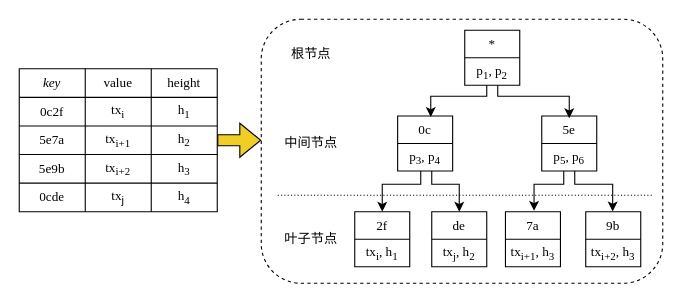
The draw.io diagram page "3.3" (5 of 24) of 未命名绘图.drawio in jue73/7339, before the edit. Source tidied: cells renumbered, new cells numbered last; positions are measured from the earlier drawing's top-left corner, leaving out a move shared by most shapes. Both pictures are drawn from the tidied source at 110%, with x=0, y=0 at pixel (19, 19).
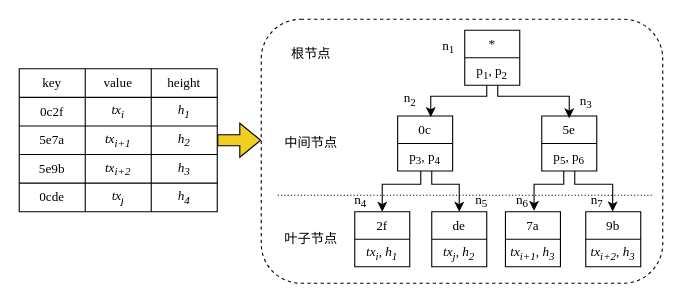
The same page after the edit.

The change refers to these unchanged cells:
```xml
<mxCell id="4" style="shape=tableRow;horizontal=0;startSize=0;swimlaneHead=0;swimlaneBody=0;top=0;left=0;bottom=0;right=0;fillColor=none;rounded=1;fontSize=12;fontColor=#000000;" parent="3" vertex="1">
  <mxGeometry width="180" height="26" as="geometry" />
</mxCell>
<mxCell id="8" style="shape=tableRow;horizontal=0;startSize=0;swimlaneHead=0;swimlaneBody=0;top=0;left=0;bottom=0;right=0;fillColor=none;rounded=1;fontSize=12;fontColor=#000000;" parent="3" vertex="1">
  <mxGeometry y="26" width="180" height="26" as="geometry" />
</mxCell>
<mxCell id="12" style="shape=tableRow;horizontal=0;startSize=0;swimlaneHead=0;swimlaneBody=0;top=0;left=0;bottom=0;right=0;fillColor=none;rounded=1;fontSize=12;fontColor=#000000;" parent="3" vertex="1">
  <mxGeometry y="52" width="180" height="26" as="geometry" />
</mxCell>
<mxCell id="16" style="shape=tableRow;horizontal=0;startSize=0;swimlaneHead=0;swimlaneBody=0;top=0;left=0;bottom=0;right=0;fillColor=none;rounded=1;fontSize=12;fontColor=#000000;" parent="3" vertex="1">
  <mxGeometry y="78" width="180" height="26" as="geometry" />
</mxCell>
<mxCell id="20" style="shape=tableRow;horizontal=0;startSize=0;swimlaneHead=0;swimlaneBody=0;top=0;left=0;bottom=0;right=0;fillColor=none;rounded=1;fontSize=12;fontColor=#000000;" parent="3" vertex="1">
  <mxGeometry y="104" width="180" height="26" as="geometry" />
</mxCell>
<mxCell id="48" style="shape=tableRow;horizontal=0;startSize=0;swimlaneHead=0;swimlaneBody=0;strokeColor=inherit;top=0;left=0;bottom=0;right=0;fillColor=none;" parent="45" vertex="1">
  <mxGeometry y="25" width="50" height="25" as="geometry" />
</mxCell>
<mxCell id="53" style="shape=tableRow;horizontal=0;startSize=0;swimlaneHead=0;swimlaneBody=0;strokeColor=inherit;top=0;left=0;bottom=0;right=0;fillColor=none;" parent="50" vertex="1">
  <mxGeometry y="25" width="50" height="25" as="geometry" />
</mxCell>
<mxCell id="58" style="shape=tableRow;horizontal=0;startSize=0;swimlaneHead=0;swimlaneBody=0;strokeColor=inherit;top=0;left=0;bottom=0;right=0;fillColor=none;" parent="55" vertex="1">
  <mxGeometry y="25" width="50" height="25" as="geometry" />
</mxCell>
<mxCell id="63" style="shape=tableRow;horizontal=0;startSize=0;swimlaneHead=0;swimlaneBody=0;strokeColor=inherit;top=0;left=0;bottom=0;right=0;fillColor=none;" parent="60" vertex="1">
  <mxGeometry y="25" width="50" height="25" as="geometry" />
</mxCell>
```

What changed in the source:
```diff
@@
-    <mxCell id="5" value="&lt;i&gt;&lt;span style=&quot;&quot; lang=&quot;EN-US&quot;&gt;&lt;font face=&quot;Times New Roman&quot; style=&quot;font-size: 12px;&quot;&gt;key&lt;/font&gt;&lt;/span&gt;&lt;/i&gt;" style="shape=partialRectangle;html=1;whiteSpace=wrap;overflow=hidden;fillColor=none;top=0;left=0;bottom=0;right=0;rounded=1;fontSize=12;fontColor=#000000;" parent="4" vertex="1">
+    <mxCell id="5" value="&lt;span style=&quot;&quot; lang=&quot;EN-US&quot;&gt;&lt;font face=&quot;Times New Roman&quot; style=&quot;font-size: 12px;&quot;&gt;key&lt;/font&gt;&lt;/span&gt;" style="shape=partialRectangle;html=1;whiteSpace=wrap;overflow=hidden;fillColor=none;top=0;left=0;bottom=0;right=0;rounded=1;fontSize=12;fontColor=#000000;" parent="4" vertex="1">
       <mxGeometry width="60" height="26" as="geometry" />
     </mxCell>
@@
-    <mxCell id="10" value="&lt;font face=&quot;Times New Roman&quot;&gt;tx&lt;sub&gt;i&lt;/sub&gt;&lt;/font&gt;" style="shape=partialRectangle;html=1;whiteSpace=wrap;overflow=hidden;fillColor=none;top=0;left=0;bottom=0;right=0;rounded=1;fontSize=12;fontColor=#000000;" parent="8" vertex="1">
+    <mxCell id="10" value="&lt;font face=&quot;Times New Roman&quot;&gt;&lt;i&gt;tx&lt;sub&gt;i&lt;/sub&gt;&lt;/i&gt;&lt;/font&gt;" style="shape=partialRectangle;html=1;whiteSpace=wrap;overflow=hidden;fillColor=none;top=0;left=0;bottom=0;right=0;rounded=1;fontSize=12;fontColor=#000000;" parent="8" vertex="1">
       <mxGeometry x="60" width="60" height="26" as="geometry" />
     </mxCell>
-    <mxCell id="11" value="&lt;font face=&quot;Times New Roman&quot;&gt;h&lt;sub&gt;1&lt;/sub&gt;&lt;/font&gt;" style="shape=partialRectangle;html=1;whiteSpace=wrap;overflow=hidden;fillColor=none;top=0;left=0;bottom=0;right=0;rounded=1;fontSize=12;fontColor=#000000;" parent="8" vertex="1">
+    <mxCell id="11" value="&lt;font face=&quot;Times New Roman&quot;&gt;&lt;i&gt;h&lt;sub&gt;1&lt;/sub&gt;&lt;/i&gt;&lt;/font&gt;" style="shape=partialRectangle;html=1;whiteSpace=wrap;overflow=hidden;fillColor=none;top=0;left=0;bottom=0;right=0;rounded=1;fontSize=12;fontColor=#000000;" parent="8" vertex="1">
       <mxGeometry x="120" width="60" height="26" as="geometry" />
     </mxCell>
@@
-    <mxCell id="14" value="&lt;span style=&quot;font-family: &amp;quot;Times New Roman&amp;quot;;&quot;&gt;tx&lt;/span&gt;&lt;font face=&quot;Times New Roman&quot;&gt;&lt;sub&gt;i+1&lt;/sub&gt;&lt;/font&gt;" style="shape=partialRectangle;html=1;whiteSpace=wrap;overflow=hidden;fillColor=none;top=0;left=0;bottom=0;right=0;rounded=1;fontSize=12;fontColor=#000000;" parent="12" vertex="1">
+    <mxCell id="14" value="&lt;i&gt;&lt;span style=&quot;font-family: &amp;quot;Times New Roman&amp;quot;;&quot;&gt;tx&lt;/span&gt;&lt;font face=&quot;Times New Roman&quot;&gt;&lt;sub&gt;i+1&lt;/sub&gt;&lt;/font&gt;&lt;/i&gt;" style="shape=partialRectangle;html=1;whiteSpace=wrap;overflow=hidden;fillColor=none;top=0;left=0;bottom=0;right=0;rounded=1;fontSize=12;fontColor=#000000;" parent="12" vertex="1">
       <mxGeometry x="60" width="60" height="26" as="geometry" />
     </mxCell>
-    <mxCell id="15" value="&lt;span style=&quot;color: rgb(0, 0, 0); font-family: &amp;quot;Times New Roman&amp;quot;; font-size: 12px; font-style: normal; font-variant-ligatures: normal; font-variant-caps: normal; font-weight: 400; letter-spacing: normal; orphans: 2; text-align: center; text-indent: 0px; text-transform: none; widows: 2; word-spacing: 0px; -webkit-text-stroke-width: 0px; white-space: normal; background-color: rgb(251, 251, 251); text-decoration-thickness: initial; text-decoration-style: initial; text-decoration-color: initial; display: inline !important; float: none;&quot;&gt;h&lt;/span&gt;&lt;sub style=&quot;forced-color-adjust: none; color: rgb(0, 0, 0); font-family: &amp;quot;Times New Roman&amp;quot;; font-style: normal; font-variant-ligatures: normal; font-variant-caps: normal; font-weight: 400; letter-spacing: normal; orphans: 2; text-align: center; text-indent: 0px; text-transform: none; widows: 2; word-spacing: 0px; -webkit-text-stroke-width: 0px; white-space: normal; background-color: rgb(251, 251, 251); text-decoration-thickness: initial; text-decoration-style: initial; text-decoration-color: initial;&quot;&gt;2&lt;/sub&gt;" style="shape=partialRectangle;html=1;whiteSpace=wrap;overflow=hidden;fillColor=none;top=0;left=0;bottom=0;right=0;rounded=1;fontSize=12;fontColor=#000000;" parent="12" vertex="1">
+    <mxCell id="15" value="&lt;i&gt;&lt;span style=&quot;color: rgb(0, 0, 0); font-family: &amp;quot;Times New Roman&amp;quot;; font-size: 12px; font-variant-ligatures: normal; font-variant-caps: normal; font-weight: 400; letter-spacing: normal; orphans: 2; text-align: center; text-indent: 0px; text-transform: none; widows: 2; word-spacing: 0px; -webkit-text-stroke-width: 0px; white-space: normal; background-color: rgb(251, 251, 251); text-decoration-thickness: initial; text-decoration-style: initial; text-decoration-color: initial; float: none; display: inline !important;&quot;&gt;h&lt;/span&gt;&lt;sub style=&quot;forced-color-adjust: none; color: rgb(0, 0, 0); font-family: &amp;quot;Times New Roman&amp;quot;; font-variant-ligatures: normal; font-variant-caps: normal; font-weight: 400; letter-spacing: normal; orphans: 2; text-align: center; text-indent: 0px; text-transform: none; widows: 2; word-spacing: 0px; -webkit-text-stroke-width: 0px; white-space: normal; background-color: rgb(251, 251, 251); text-decoration-thickness: initial; text-decoration-style: initial; text-decoration-color: initial;&quot;&gt;2&lt;/sub&gt;&lt;/i&gt;" style="shape=partialRectangle;html=1;whiteSpace=wrap;overflow=hidden;fillColor=none;top=0;left=0;bottom=0;right=0;rounded=1;fontSize=12;fontColor=#000000;" parent="12" vertex="1">
       <mxGeometry x="120" width="60" height="26" as="geometry" />
     </mxCell>
@@
-    <mxCell id="18" value="&lt;span style=&quot;font-family: &amp;quot;Times New Roman&amp;quot;;&quot;&gt;tx&lt;/span&gt;&lt;font face=&quot;Times New Roman&quot;&gt;&lt;sub&gt;i+2&lt;/sub&gt;&lt;/font&gt;" style="shape=partialRectangle;html=1;whiteSpace=wrap;overflow=hidden;fillColor=none;top=0;left=0;bottom=0;right=0;rounded=1;fontSize=12;fontColor=#000000;" parent="16" vertex="1">
+    <mxCell id="18" value="&lt;i&gt;&lt;span style=&quot;font-family: &amp;quot;Times New Roman&amp;quot;;&quot;&gt;tx&lt;/span&gt;&lt;font face=&quot;Times New Roman&quot;&gt;&lt;sub&gt;i+2&lt;/sub&gt;&lt;/font&gt;&lt;/i&gt;" style="shape=partialRectangle;html=1;whiteSpace=wrap;overflow=hidden;fillColor=none;top=0;left=0;bottom=0;right=0;rounded=1;fontSize=12;fontColor=#000000;" parent="16" vertex="1">
       <mxGeometry x="60" width="60" height="26" as="geometry" />
     </mxCell>
-    <mxCell id="19" value="&lt;span style=&quot;font-family: &amp;quot;Times New Roman&amp;quot;;&quot;&gt;h&lt;/span&gt;&lt;sub style=&quot;font-family: &amp;quot;Times New Roman&amp;quot;;&quot;&gt;3&lt;/sub&gt;" style="shape=partialRectangle;html=1;whiteSpace=wrap;overflow=hidden;fillColor=none;top=0;left=0;bottom=0;right=0;rounded=1;fontSize=12;fontColor=#000000;" parent="16" vertex="1">
+    <mxCell id="19" value="&lt;i&gt;&lt;span style=&quot;font-family: &amp;quot;Times New Roman&amp;quot;;&quot;&gt;h&lt;/span&gt;&lt;sub style=&quot;font-family: &amp;quot;Times New Roman&amp;quot;;&quot;&gt;3&lt;/sub&gt;&lt;/i&gt;" style="shape=partialRectangle;html=1;whiteSpace=wrap;overflow=hidden;fillColor=none;top=0;left=0;bottom=0;right=0;rounded=1;fontSize=12;fontColor=#000000;" parent="16" vertex="1">
       <mxGeometry x="120" width="60" height="26" as="geometry" />
     </mxCell>
@@
-    <mxCell id="22" value="&lt;span style=&quot;font-family: &amp;quot;Times New Roman&amp;quot;;&quot;&gt;tx&lt;/span&gt;&lt;sub&gt;j&lt;/sub&gt;" style="shape=partialRectangle;html=1;whiteSpace=wrap;overflow=hidden;fillColor=none;top=0;left=0;bottom=0;right=0;rounded=1;fontSize=12;fontColor=#000000;" parent="20" vertex="1">
+    <mxCell id="22" value="&lt;i&gt;&lt;span style=&quot;font-family: &amp;quot;Times New Roman&amp;quot;;&quot;&gt;tx&lt;/span&gt;&lt;sub&gt;j&lt;/sub&gt;&lt;/i&gt;" style="shape=partialRectangle;html=1;whiteSpace=wrap;overflow=hidden;fillColor=none;top=0;left=0;bottom=0;right=0;rounded=1;fontSize=12;fontColor=#000000;" parent="20" vertex="1">
       <mxGeometry x="60" width="60" height="26" as="geometry" />
     </mxCell>
-    <mxCell id="23" value="&lt;span style=&quot;font-family: &amp;quot;Times New Roman&amp;quot;;&quot;&gt;h&lt;/span&gt;&lt;sub style=&quot;font-family: &amp;quot;Times New Roman&amp;quot;;&quot;&gt;4&lt;/sub&gt;" style="shape=partialRectangle;html=1;whiteSpace=wrap;overflow=hidden;fillColor=none;top=0;left=0;bottom=0;right=0;rounded=1;fontSize=12;fontColor=#000000;" parent="20" vertex="1">
+    <mxCell id="23" value="&lt;i&gt;&lt;span style=&quot;font-family: &amp;quot;Times New Roman&amp;quot;;&quot;&gt;h&lt;/span&gt;&lt;sub style=&quot;font-family: &amp;quot;Times New Roman&amp;quot;;&quot;&gt;4&lt;/sub&gt;&lt;/i&gt;" style="shape=partialRectangle;html=1;whiteSpace=wrap;overflow=hidden;fillColor=none;top=0;left=0;bottom=0;right=0;rounded=1;fontSize=12;fontColor=#000000;" parent="20" vertex="1">
       <mxGeometry x="120" width="60" height="26" as="geometry" />
     </mxCell>
@@
-    <mxCell id="49" value="&lt;font face=&quot;Times New Roman&quot;&gt;tx&lt;sub style=&quot;&quot;&gt;i&lt;/sub&gt;, h&lt;sub style=&quot;&quot;&gt;1&lt;/sub&gt;&lt;/font&gt;" style="shape=partialRectangle;html=1;whiteSpace=wrap;strokeColor=inherit;overflow=hidden;fillColor=none;top=0;left=0;bottom=0;right=0;" parent="48" vertex="1">
+    <mxCell id="49" value="&lt;font face=&quot;Times New Roman&quot;&gt;&lt;i&gt;tx&lt;sub style=&quot;&quot;&gt;i&lt;/sub&gt;, h&lt;sub style=&quot;&quot;&gt;1&lt;/sub&gt;&lt;/i&gt;&lt;/font&gt;" style="shape=partialRectangle;html=1;whiteSpace=wrap;strokeColor=inherit;overflow=hidden;fillColor=none;top=0;left=0;bottom=0;right=0;" parent="48" vertex="1">
       <mxGeometry width="50" height="25" as="geometry" />
     </mxCell>
@@
-    <mxCell id="54" value="&lt;span style=&quot;font-family: &amp;quot;Times New Roman&amp;quot;;&quot;&gt;tx&lt;/span&gt;&lt;sub style=&quot;font-family: &amp;quot;Times New Roman&amp;quot;;&quot;&gt;j&lt;/sub&gt;&lt;span style=&quot;font-family: &amp;quot;Times New Roman&amp;quot;;&quot;&gt;, h&lt;/span&gt;&lt;sub style=&quot;font-family: &amp;quot;Times New Roman&amp;quot;;&quot;&gt;2&lt;/sub&gt;" style="shape=partialRectangle;html=1;whiteSpace=wrap;strokeColor=inherit;overflow=hidden;fillColor=none;top=0;left=0;bottom=0;right=0;" parent="53" vertex="1">
+    <mxCell id="54" value="&lt;i&gt;&lt;span style=&quot;font-family: &amp;quot;Times New Roman&amp;quot;;&quot;&gt;tx&lt;/span&gt;&lt;sub style=&quot;font-family: &amp;quot;Times New Roman&amp;quot;;&quot;&gt;j&lt;/sub&gt;&lt;span style=&quot;font-family: &amp;quot;Times New Roman&amp;quot;;&quot;&gt;, h&lt;/span&gt;&lt;sub style=&quot;font-family: &amp;quot;Times New Roman&amp;quot;;&quot;&gt;2&lt;/sub&gt;&lt;/i&gt;" style="shape=partialRectangle;html=1;whiteSpace=wrap;strokeColor=inherit;overflow=hidden;fillColor=none;top=0;left=0;bottom=0;right=0;" parent="53" vertex="1">
       <mxGeometry width="50" height="25" as="geometry" />
     </mxCell>
@@
-    <mxCell id="59" value="&lt;font face=&quot;Times New Roman&quot;&gt;tx&lt;sub style=&quot;&quot;&gt;i+1&lt;/sub&gt;, h&lt;sub style=&quot;&quot;&gt;3&lt;/sub&gt;&lt;/font&gt;" style="shape=partialRectangle;html=1;whiteSpace=wrap;strokeColor=inherit;overflow=hidden;fillColor=none;top=0;left=0;bottom=0;right=0;" parent="58" vertex="1">
+    <mxCell id="59" value="&lt;font face=&quot;Times New Roman&quot;&gt;&lt;i&gt;tx&lt;sub style=&quot;&quot;&gt;i+1&lt;/sub&gt;, h&lt;sub style=&quot;&quot;&gt;3&lt;/sub&gt;&lt;/i&gt;&lt;/font&gt;" style="shape=partialRectangle;html=1;whiteSpace=wrap;strokeColor=inherit;overflow=hidden;fillColor=none;top=0;left=0;bottom=0;right=0;" parent="58" vertex="1">
       <mxGeometry width="50" height="25" as="geometry" />
     </mxCell>
@@
-    <mxCell id="64" value="&lt;font face=&quot;Times New Roman&quot;&gt;tx&lt;sub style=&quot;&quot;&gt;i+2&lt;/sub&gt;, h&lt;sub style=&quot;&quot;&gt;3&lt;/sub&gt;&lt;/font&gt;" style="shape=partialRectangle;html=1;whiteSpace=wrap;strokeColor=inherit;overflow=hidden;fillColor=none;top=0;left=0;bottom=0;right=0;" parent="63" vertex="1">
+    <mxCell id="64" value="&lt;font face=&quot;Times New Roman&quot;&gt;&lt;i&gt;tx&lt;sub style=&quot;&quot;&gt;i+2&lt;/sub&gt;, h&lt;sub style=&quot;&quot;&gt;3&lt;/sub&gt;&lt;/i&gt;&lt;/font&gt;" style="shape=partialRectangle;html=1;whiteSpace=wrap;strokeColor=inherit;overflow=hidden;fillColor=none;top=0;left=0;bottom=0;right=0;" parent="63" vertex="1">
       <mxGeometry width="50" height="25" as="geometry" />
     </mxCell>
@@
+    <mxCell id="70" value="&lt;font face=&quot;Times New Roman&quot;&gt;n&lt;sub&gt;1&lt;/sub&gt;&lt;/font&gt;" style="text;html=1;align=center;verticalAlign=middle;strokeColor=none;fillColor=none;" parent="1" vertex="1">
+      <mxGeometry x="375" y="10" width="30" height="30" as="geometry" />
+    </mxCell>
+    <mxCell id="71" value="&lt;font face=&quot;Times New Roman&quot;&gt;n&lt;sub&gt;2&lt;/sub&gt;&lt;/font&gt;" style="text;html=1;align=center;verticalAlign=middle;strokeColor=none;fillColor=none;" parent="1" vertex="1">
+      <mxGeometry x="340" y="58" width="30" height="30" as="geometry" />
+    </mxCell>
+    <mxCell id="72" value="&lt;font face=&quot;Times New Roman&quot;&gt;n&lt;sub&gt;3&lt;/sub&gt;&lt;/font&gt;" style="text;html=1;align=center;verticalAlign=middle;strokeColor=none;fillColor=none;" parent="1" vertex="1">
+      <mxGeometry x="500" y="60" width="30" height="30" as="geometry" />
+    </mxCell>
+    <mxCell id="73" value="&lt;font face=&quot;Times New Roman&quot;&gt;n&lt;sub&gt;4&lt;/sub&gt;&lt;/font&gt;" style="text;html=1;align=center;verticalAlign=middle;strokeColor=none;fillColor=none;" parent="1" vertex="1">
+      <mxGeometry x="295" y="150" width="30" height="30" as="geometry" />
+    </mxCell>
+    <mxCell id="74" value="&lt;font face=&quot;Times New Roman&quot;&gt;n&lt;sub&gt;5&lt;/sub&gt;&lt;/font&gt;" style="text;html=1;align=center;verticalAlign=middle;strokeColor=none;fillColor=none;" parent="1" vertex="1">
+      <mxGeometry x="405" y="150" width="30" height="30" as="geometry" />
+    </mxCell>
+    <mxCell id="75" value="&lt;font face=&quot;Times New Roman&quot;&gt;n&lt;sub&gt;6&lt;/sub&gt;&lt;/font&gt;" style="text;html=1;align=center;verticalAlign=middle;strokeColor=none;fillColor=none;" parent="1" vertex="1">
+      <mxGeometry x="442" y="150" width="30" height="30" as="geometry" />
+    </mxCell>
+    <mxCell id="76" value="&lt;font face=&quot;Times New Roman&quot;&gt;n&lt;sub&gt;7&lt;/sub&gt;&lt;/font&gt;" style="text;html=1;align=center;verticalAlign=middle;strokeColor=none;fillColor=none;" parent="1" vertex="1">
+      <mxGeometry x="510" y="150" width="30" height="30" as="geometry" />
+    </mxCell>
```
